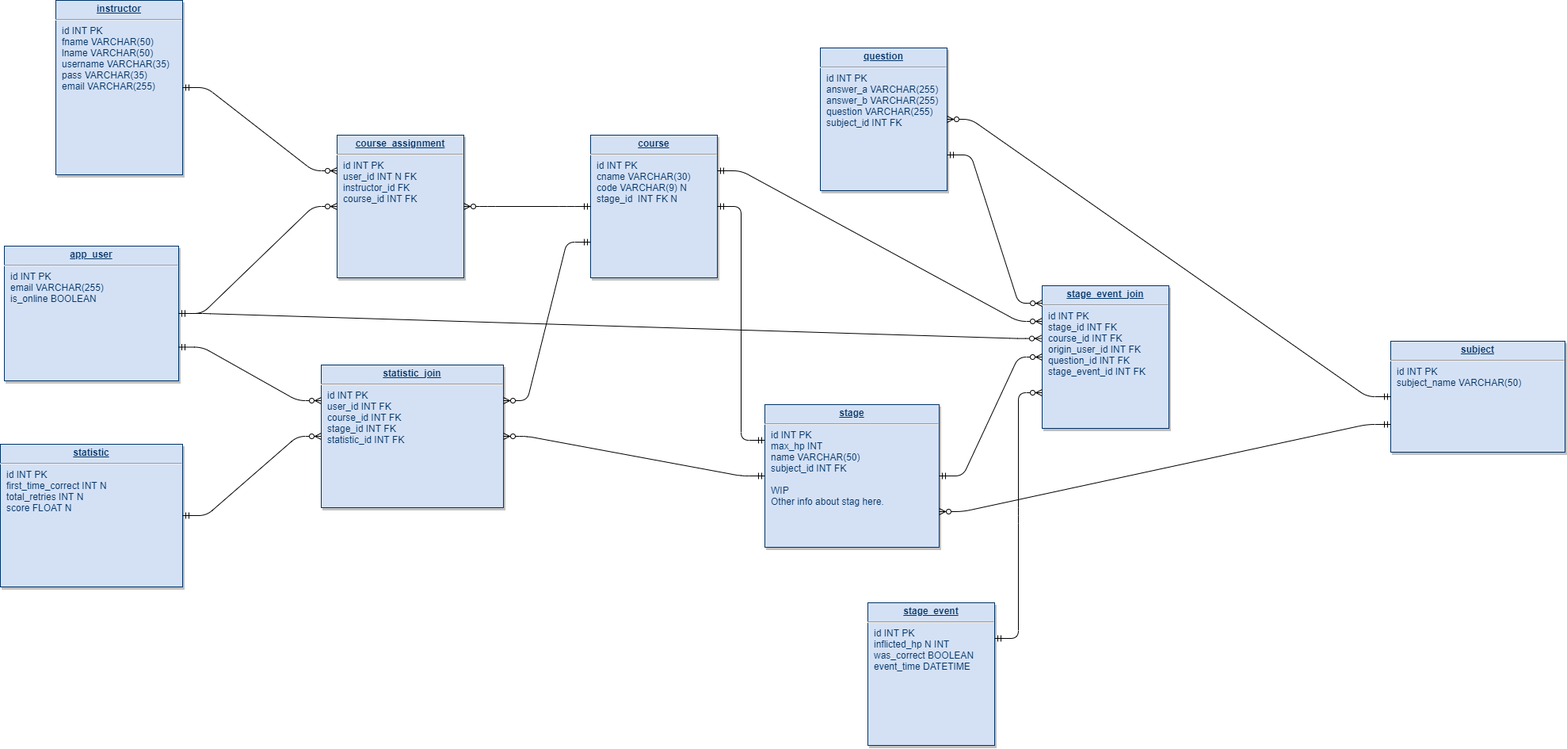
Before: Documentation/JebraDB.drawio.png, a diagram exported from draw.io (mschray/Fall-2021-IPRO). Source tidied: cells renumbered, new cells last; positions are measured from the earlier drawing's top-left corner, leaving out a move shared by most shapes.
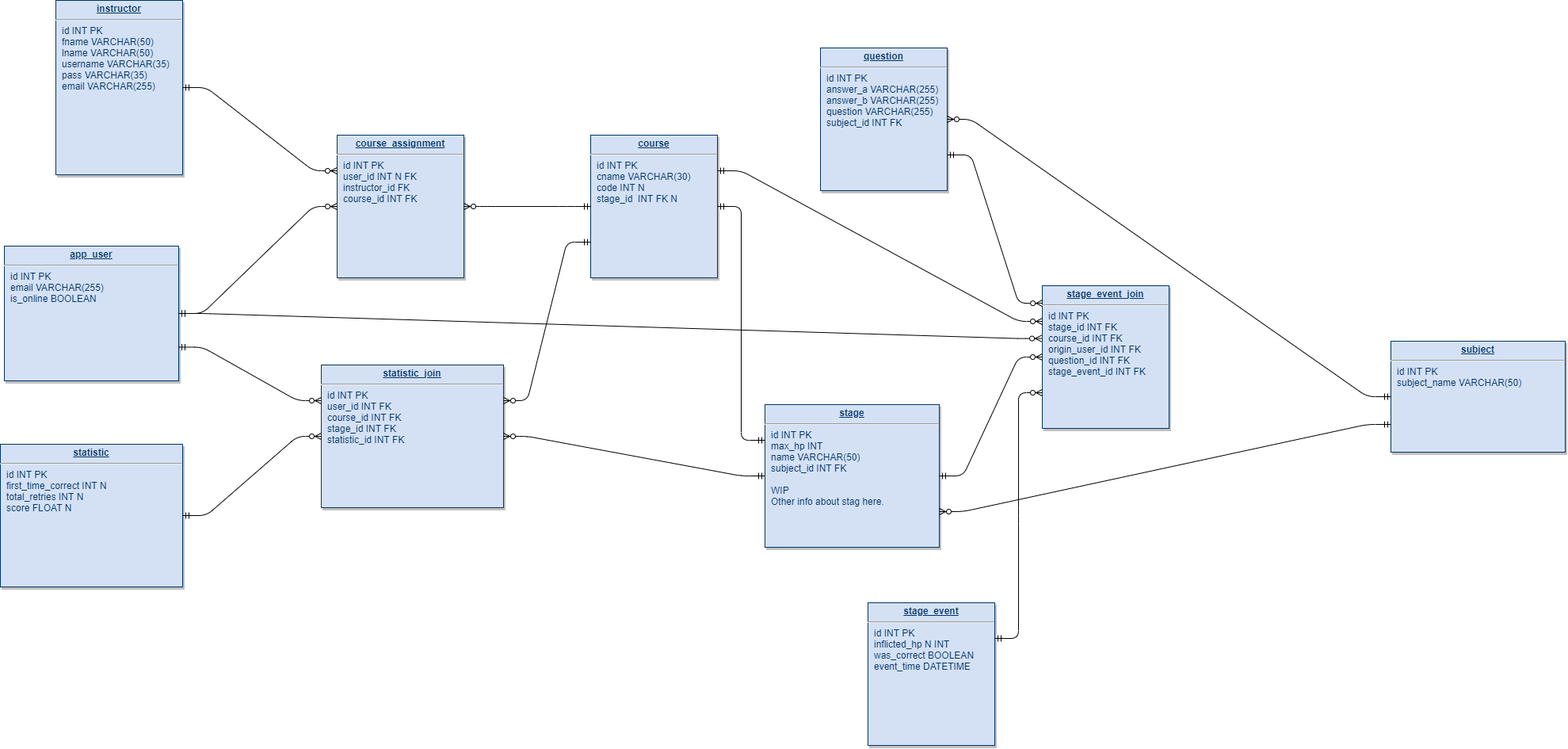
Later version of the same file.

The edit, as a diff of the source:
```diff
@@ -5,7 +5,7 @@
     <mxCell id="2" value="&lt;p style=&quot;margin: 0px ; margin-top: 4px ; text-align: center ; text-decoration: underline&quot;&gt;&lt;b&gt;question&lt;/b&gt;&lt;/p&gt;&lt;hr&gt;&lt;p style=&quot;margin: 0px ; margin-left: 8px&quot;&gt;id INT PK&lt;/p&gt;&lt;p style=&quot;margin: 0px ; margin-left: 8px&quot;&gt;answer_a VARCHAR(255)&lt;/p&gt;&lt;p style=&quot;margin: 0px ; margin-left: 8px&quot;&gt;&lt;span&gt;answer_b VARCHAR(255)&lt;/span&gt;&lt;/p&gt;&lt;p style=&quot;margin: 0px ; margin-left: 8px&quot;&gt;question VARCHAR(255)&lt;/p&gt;&lt;p style=&quot;margin: 0px ; margin-left: 8px&quot;&gt;subject_id INT FK&lt;br&gt;&lt;/p&gt;&lt;p style=&quot;margin: 0px ; margin-left: 8px&quot;&gt;&lt;br&gt;&lt;/p&gt;&lt;p style=&quot;margin: 0px ; margin-left: 8px&quot;&gt;&lt;br&gt;&lt;/p&gt;&lt;p style=&quot;margin: 0px ; margin-left: 8px&quot;&gt;&lt;br&gt;&lt;/p&gt;&lt;p style=&quot;margin: 0px ; margin-left: 8px&quot;&gt;&lt;br&gt;&lt;/p&gt;" style="verticalAlign=top;align=left;overflow=fill;fontSize=12;fontFamily=Helvetica;html=1;strokeColor=#003366;shadow=1;fillColor=#D4E1F5;fontColor=#003366;" parent="1" vertex="1">
       <mxGeometry x="1035" y="60" width="160" height="180" as="geometry" />
     </mxCell>
-    <mxCell id="3" value="&lt;p style=&quot;margin: 0px ; margin-top: 4px ; text-align: center ; text-decoration: underline&quot;&gt;&lt;b&gt;course&lt;/b&gt;&lt;/p&gt;&lt;hr&gt;&lt;p style=&quot;margin: 0px ; margin-left: 8px&quot;&gt;id INT PK&lt;/p&gt;&lt;p style=&quot;margin: 0px ; margin-left: 8px&quot;&gt;cname VARCHAR(30)&lt;/p&gt;&lt;p style=&quot;margin: 0px ; margin-left: 8px&quot;&gt;code VARCHAR(9) N&lt;/p&gt;&lt;p style=&quot;margin: 0px ; margin-left: 8px&quot;&gt;stage_id&amp;nbsp; INT FK N&lt;/p&gt;&lt;p style=&quot;margin: 0px ; margin-left: 8px&quot;&gt;&lt;br&gt;&lt;/p&gt;&lt;p style=&quot;margin: 0px ; margin-left: 8px&quot;&gt;&lt;span style=&quot;color: rgba(0 , 0 , 0 , 0) ; font-family: monospace ; font-size: 0px&quot;&gt;%3CmxGraphModel%3E%3Croot%3E%3CmxCell%20id%3D%220%22%2F%3E%3CmxCell%20id%3D%221%22%20parent%3D%220%22%2F%3E%3CmxCell%20id%3D%222%22%20value%3D%22%26lt%3Bp%20style%3D%26quot%3Bmargin%3A%200px%20%3B%20margin-top%3A%204px%20%3B%20text-align%3A%20center%20%3B%20text-decoration%3A%20underline%26quot%3B%26gt%3B%26lt%3Bb%26gt%3BSession%26lt%3B%2Fb%26gt%3B%26lt%3B%2Fp%26gt%3B%26lt%3Bhr%26gt%3B%26lt%3Bp%20style%3D%26quot%3Bmargin%3A%200px%20%3B%20margin-left%3A%208px%26quot%3B%26gt%3Bid%20INT%26lt%3B%2Fp%26gt%3B%26lt%3Bp%20style%3D%26quot%3Bmargin%3A%200px%20%3B%20margin-left%3A%208px%26quot%3B%26gt%3B%26lt%3Bbr%26gt%3B%26lt%3B%2Fp%26gt%3B%22%20style%3D%22verticalAlign%3Dtop%3Balign%3Dleft%3Boverflow%3Dfill%3BfontSize%3D12%3BfontFamily%3DHelvetica%3Bhtml%3D1%3BstrokeColor%3D%23003366%3Bshadow%3D1%3BfillColor%3D%23D4E1F5%3BfontColor%3D%23003366%22%20vertex%3D%221%22%20parent%3D%221%22%3E%3CmxGeometry%20x%3D%22332.9999999999999%22%20y%3D%22310.00000000000034%22%20width%3D%22160%22%20height%3D%22180%22%20as%3D%22geometry%22%2F%3E%3C%2FmxCell%3E%3C%2Froot%3E%3C%2FmxGraphModel%3E&lt;/span&gt;&lt;br&gt;&lt;/p&gt;&lt;p style=&quot;margin: 0px ; margin-left: 8px&quot;&gt;&lt;br&gt;&lt;/p&gt;" style="verticalAlign=top;align=left;overflow=fill;fontSize=12;fontFamily=Helvetica;html=1;strokeColor=#003366;shadow=1;fillColor=#D4E1F5;fontColor=#003366;" parent="1" vertex="1">
+    <mxCell id="3" value="&lt;p style=&quot;margin: 0px ; margin-top: 4px ; text-align: center ; text-decoration: underline&quot;&gt;&lt;b&gt;course&lt;/b&gt;&lt;/p&gt;&lt;hr&gt;&lt;p style=&quot;margin: 0px ; margin-left: 8px&quot;&gt;id INT PK&lt;/p&gt;&lt;p style=&quot;margin: 0px ; margin-left: 8px&quot;&gt;cname VARCHAR(30)&lt;/p&gt;&lt;p style=&quot;margin: 0px ; margin-left: 8px&quot;&gt;code INT N&lt;/p&gt;&lt;p style=&quot;margin: 0px ; margin-left: 8px&quot;&gt;stage_id&amp;nbsp; INT FK N&lt;/p&gt;&lt;p style=&quot;margin: 0px ; margin-left: 8px&quot;&gt;&lt;br&gt;&lt;/p&gt;&lt;p style=&quot;margin: 0px ; margin-left: 8px&quot;&gt;&lt;span style=&quot;color: rgba(0 , 0 , 0 , 0) ; font-family: monospace ; font-size: 0px&quot;&gt;%3CmxGraphModel%3E%3Croot%3E%3CmxCell%20id%3D%220%22%2F%3E%3CmxCell%20id%3D%221%22%20parent%3D%220%22%2F%3E%3CmxCell%20id%3D%222%22%20value%3D%22%26lt%3Bp%20style%3D%26quot%3Bmargin%3A%200px%20%3B%20margin-top%3A%204px%20%3B%20text-align%3A%20center%20%3B%20text-decoration%3A%20underline%26quot%3B%26gt%3B%26lt%3Bb%26gt%3BSession%26lt%3B%2Fb%26gt%3B%26lt%3B%2Fp%26gt%3B%26lt%3Bhr%26gt%3B%26lt%3Bp%20style%3D%26quot%3Bmargin%3A%200px%20%3B%20margin-left%3A%208px%26quot%3B%26gt%3Bid%20INT%26lt%3B%2Fp%26gt%3B%26lt%3Bp%20style%3D%26quot%3Bmargin%3A%200px%20%3B%20margin-left%3A%208px%26quot%3B%26gt%3B%26lt%3Bbr%26gt%3B%26lt%3B%2Fp%26gt%3B%22%20style%3D%22verticalAlign%3Dtop%3Balign%3Dleft%3Boverflow%3Dfill%3BfontSize%3D12%3BfontFamily%3DHelvetica%3Bhtml%3D1%3BstrokeColor%3D%23003366%3Bshadow%3D1%3BfillColor%3D%23D4E1F5%3BfontColor%3D%23003366%22%20vertex%3D%221%22%20parent%3D%221%22%3E%3CmxGeometry%20x%3D%22332.9999999999999%22%20y%3D%22310.00000000000034%22%20width%3D%22160%22%20height%3D%22180%22%20as%3D%22geometry%22%2F%3E%3C%2FmxCell%3E%3C%2Froot%3E%3C%2FmxGraphModel%3E&lt;/span&gt;&lt;br&gt;&lt;/p&gt;&lt;p style=&quot;margin: 0px ; margin-left: 8px&quot;&gt;&lt;br&gt;&lt;/p&gt;" style="verticalAlign=top;align=left;overflow=fill;fontSize=12;fontFamily=Helvetica;html=1;strokeColor=#003366;shadow=1;fillColor=#D4E1F5;fontColor=#003366;" parent="1" vertex="1">
       <mxGeometry x="745" y="170" width="160" height="180" as="geometry" />
     </mxCell>
     <mxCell id="4" value="&lt;p style=&quot;margin: 0px ; margin-top: 4px ; text-align: center ; text-decoration: underline&quot;&gt;&lt;b&gt;app_user&lt;/b&gt;&lt;/p&gt;&lt;hr&gt;&lt;p style=&quot;margin: 0px ; margin-left: 8px&quot;&gt;id INT PK&lt;/p&gt;&lt;p style=&quot;margin: 0px ; margin-left: 8px&quot;&gt;email VARCHAR(255)&lt;/p&gt;&lt;p style=&quot;margin: 0px ; margin-left: 8px&quot;&gt;is_online BOOLEAN&lt;/p&gt;&lt;p style=&quot;margin: 0px ; margin-left: 8px&quot;&gt;&lt;br&gt;&lt;/p&gt;&lt;p style=&quot;margin: 0px ; margin-left: 8px&quot;&gt;&lt;span style=&quot;color: rgba(0 , 0 , 0 , 0) ; font-family: monospace ; font-size: 0px&quot;&gt;%3CmxGraphModel%3E%3Croot%3E%3CmxCell%20id%3D%220%22%2F%3E%3CmxCell%20id%3D%221%22%20parent%3D%220%22%2F%3E%3CmxCell%20id%3D%222%22%20value%3D%22%26lt%3Bp%20style%3D%26quot%3Bmargin%3A%200px%20%3B%20margin-top%3A%204px%20%3B%20text-align%3A%20center%20%3B%20text-decoration%3A%20underline%26quot%3B%26gt%3B%26lt%3Bb%26gt%3BSession%26lt%3B%2Fb%26gt%3B%26lt%3B%2Fp%26gt%3B%26lt%3Bhr%26gt%3B%26lt%3Bp%20style%3D%26quot%3Bmargin%3A%200px%20%3B%20margin-left%3A%208px%26quot%3B%26gt%3Bid%20INT%26lt%3B%2Fp%26gt%3B%26lt%3Bp%20style%3D%26quot%3Bmargin%3A%200px%20%3B%20margin-left%3A%208px%26quot%3B%26gt%3B%26lt%3Bbr%26gt%3B%26lt%3B%2Fp%26gt%3B%22%20style%3D%22verticalAlign%3Dtop%3Balign%3Dleft%3Boverflow%3Dfill%3BfontSize%3D12%3BfontFamily%3DHelvetica%3Bhtml%3D1%3BstrokeColor%3D%23003366%3Bshadow%3D1%3BfillColor%3D%23D4E1F5%3BfontColor%3D%23003366%22%20vertex%3D%221%22%20parent%3D%221%22%3E%3CmxGeometry%20x%3D%22332.9999999999999%22%20y%3D%22310.00000000000034%22%20width%3D%22160%22%20height%3D%22180%22%20as%3D%22geometry%22%2F%3E%3C%2FmxCell%3E%3C%2Froot%3E%3C%2FmxGraphModel%3E&lt;/span&gt;&lt;/p&gt;&lt;p style=&quot;margin: 0px ; margin-left: 8px&quot;&gt;&lt;br&gt;&lt;/p&gt;" style="verticalAlign=top;align=left;overflow=fill;fontSize=12;fontFamily=Helvetica;html=1;strokeColor=#003366;shadow=1;fillColor=#D4E1F5;fontColor=#003366;" parent="1" vertex="1">
```
